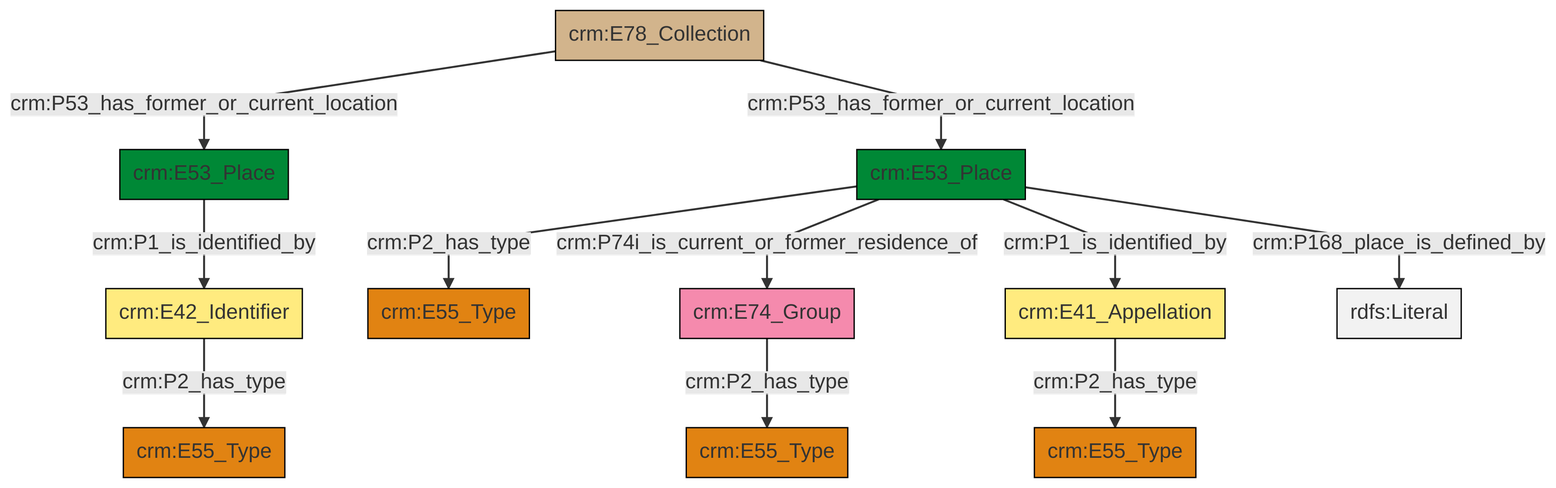
This is et/archivalCSV/ttl/mmd/png/archival_location.png from swiss-art-research-net/docs.swissartresearch, a Mermaid export, as it was before one commit. Its source is kept beside it as et/archivalCSV/ttl/mmd/archival_location.ttl.mmd.
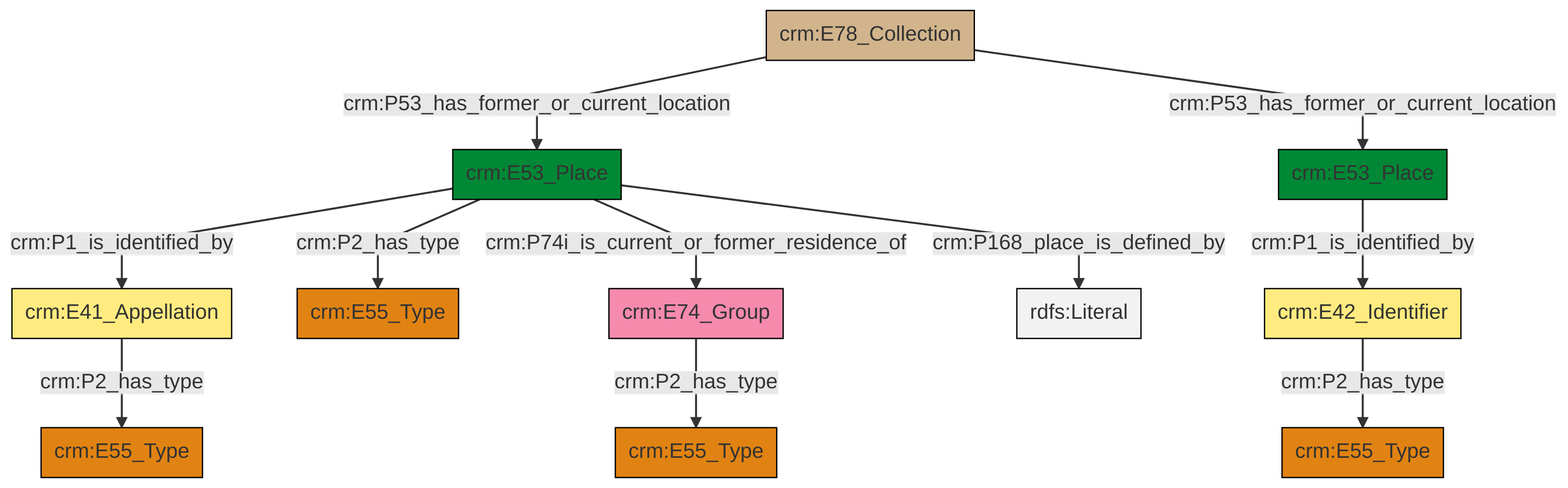
Above is the later version.

Diff of the diagram source:
```diff
@@ -13,13 +13,13 @@
 classDef PC_Classes fill:#4ce600, stroke:#000000;
 classDef Multi fill:#cccccc,stroke:#000000;
 
-6["crm:E74_Group"]:::Actor -->|crm:P2_has_type| 0["crm:E55_Type"]:::Type
-7["crm:E78_Collection"]:::Physical_Thing -->|crm:P53_has_former_or_current_location| 2["crm:E53_Place"]:::Place
-15["crm:E41_Appellation"]:::Appellation -->|crm:P2_has_type| 4["crm:E55_Type"]:::Type
-2["crm:E53_Place"]:::Place -->|crm:P1_is_identified_by| 17["crm:E42_Identifier"]:::Appellation
-13["crm:E53_Place"]:::Place -->|crm:P168_place_is_defined_by| 18[rdfs:Literal]:::Literal
-13["crm:E53_Place"]:::Place -->|crm:P74i_is_current_or_former_residence_of| 6["crm:E74_Group"]:::Actor
-13["crm:E53_Place"]:::Place -->|crm:P2_has_type| 9["crm:E55_Type"]:::Type
-7["crm:E78_Collection"]:::Physical_Thing -->|crm:P53_has_former_or_current_location| 13["crm:E53_Place"]:::Place
-13["crm:E53_Place"]:::Place -->|crm:P1_is_identified_by| 15["crm:E41_Appellation"]:::Appellation
-17["crm:E42_Identifier"]:::Appellation -->|crm:P2_has_type| 11["crm:E55_Type"]:::Type
+11["crm:E53_Place"]:::Place -->|crm:P1_is_identified_by| 14["crm:E41_Appellation"]:::Appellation
+11["crm:E53_Place"]:::Place -->|crm:P2_has_type| 15["crm:E55_Type"]:::Type
+11["crm:E53_Place"]:::Place -->|crm:P74i_is_current_or_former_residence_of| 19["crm:E74_Group"]:::Actor
+2["crm:E78_Collection"]:::Physical_Thing -->|crm:P53_has_former_or_current_location| 11["crm:E53_Place"]:::Place
+11["crm:E53_Place"]:::Place -->|crm:P168_place_is_defined_by| 20[rdfs:Literal]:::Literal
+4["crm:E42_Identifier"]:::Appellation -->|crm:P2_has_type| 8["crm:E55_Type"]:::Type
+2["crm:E78_Collection"]:::Physical_Thing -->|crm:P53_has_former_or_current_location| 0["crm:E53_Place"]:::Place
+0["crm:E53_Place"]:::Place -->|crm:P1_is_identified_by| 4["crm:E42_Identifier"]:::Appellation
+14["crm:E41_Appellation"]:::Appellation -->|crm:P2_has_type| 6["crm:E55_Type"]:::Type
+19["crm:E74_Group"]:::Actor -->|crm:P2_has_type| 16["crm:E55_Type"]:::Type
```
